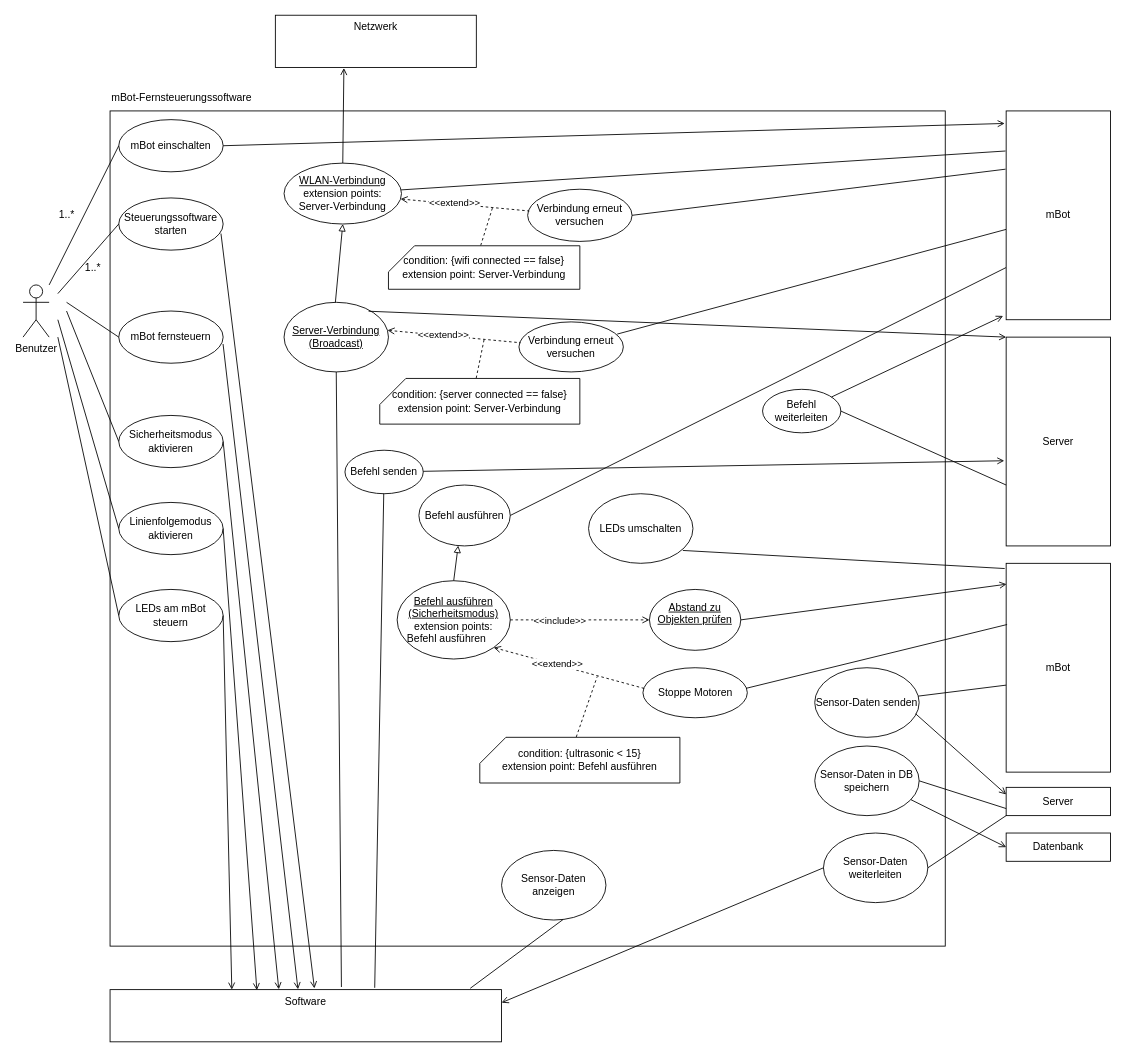
The draw.io diagram Documents/Diagramme/UseCaseDiagramm.drawio in huthuthiddeli/SYP_PROJEKT_23-24_Maier, before the edit. Source tidied: cells renumbered, new cells numbered last; positions are measured from the earlier drawing's top-left corner, leaving out a move shared by most shapes. Both pictures are drawn from the tidied source at 87%, with x=0, y=0 at pixel (23, 15).
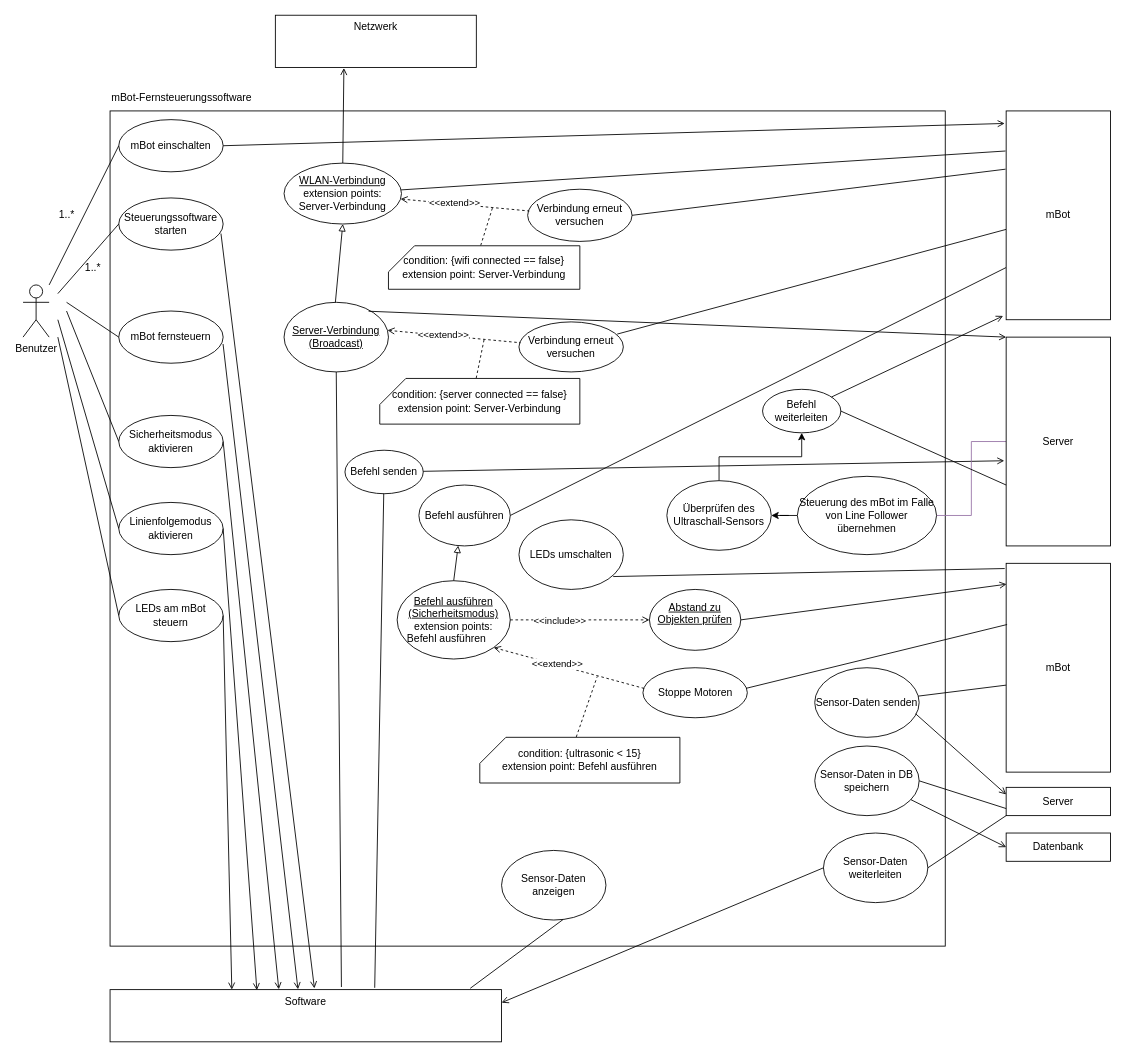
The same diagram, later.

Unchanged cells that the change refers to:
```xml
<mxCell id="56" value="Server" style="rounded=0;whiteSpace=wrap;html=1;" parent="1" vertex="1">
  <mxGeometry x="1130" y="370" width="120" height="240" as="geometry" />
</mxCell>
<mxCell id="57" value="Befehl weiterleiten" style="ellipse;whiteSpace=wrap;html=1;" parent="1" vertex="1">
  <mxGeometry x="850" y="430" width="90" height="50" as="geometry" />
</mxCell>
```

Diff of the diagram source:
```diff
@@
+    <mxCell id="84" style="edgeStyle=orthogonalEdgeStyle;rounded=0;jettySize=auto;html=1;endArrow=none;endFill=0;fillColor=#e1d5e7;strokeColor=#9673a6;" parent="1" edge="1" source="56" target="86">
+      <mxGeometry relative="1" as="geometry" />
+    </mxCell>
@@
     <mxCell id="67" value="LEDs umschalten" style="ellipse;whiteSpace=wrap;html=1;" parent="1" vertex="1">
-      <mxGeometry x="650" y="550" width="120" height="80" as="geometry" />
+      <mxGeometry x="570" y="580" width="120" height="80" as="geometry" />
     </mxCell>
@@
+    <mxCell id="85" style="edgeStyle=orthogonalEdgeStyle;rounded=0;jettySize=auto;html=1;endArrow=classic;endFill=1;" parent="1" edge="1" source="86" target="88">
+      <mxGeometry relative="1" as="geometry" />
+    </mxCell>
+    <mxCell id="86" value="Steuerung des mBot im Falle von Line Follower übernehmen" style="ellipse;whiteSpace=wrap;html=1;" parent="1" vertex="1">
+      <mxGeometry x="890" y="530" width="160" height="90" as="geometry" />
+    </mxCell>
+    <mxCell id="87" style="edgeStyle=orthogonalEdgeStyle;rounded=0;jettySize=auto;html=1;endArrow=classic;endFill=1;" parent="1" edge="1" source="88" target="57">
+      <mxGeometry relative="1" as="geometry" />
+    </mxCell>
+    <mxCell id="88" value="Überprüfen des Ultraschall-Sensors" style="ellipse;whiteSpace=wrap;html=1;" parent="1" vertex="1">
+      <mxGeometry x="740" y="535" width="120" height="80" as="geometry" />
+    </mxCell>
```
